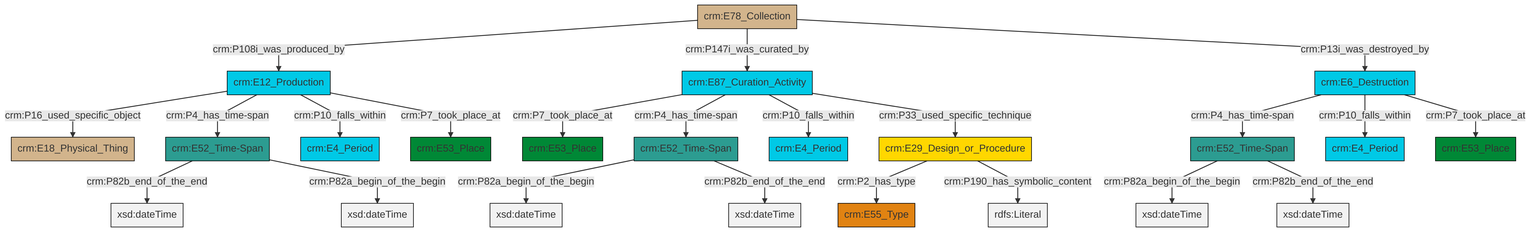
This is et/archivalCSV/ttl/mmd/png/archival_existence.png from swiss-art-research-net/docs.swissartresearch, a Mermaid export, as it was before one commit. Its source is kept beside it as et/archivalCSV/ttl/mmd/archival_existence.ttl.mmd.
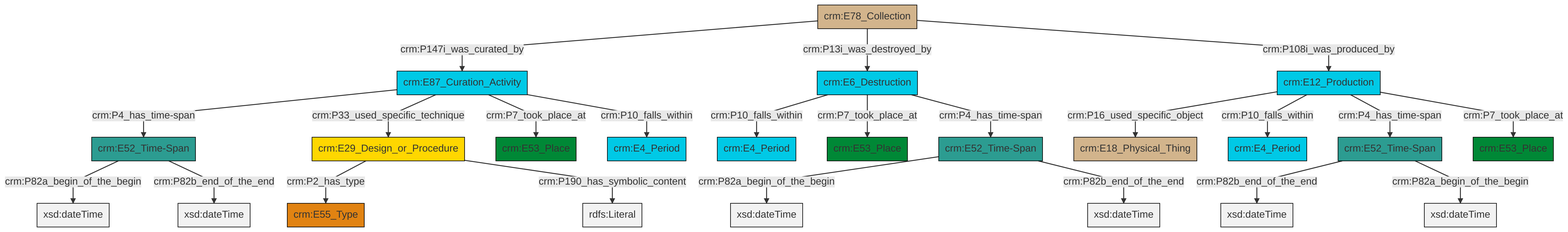
The same file after the commit.

Change to the diagram source:
```diff
@@ -13,25 +13,25 @@
 classDef PC_Classes fill:#4ce600, stroke:#000000;
 classDef Multi fill:#cccccc,stroke:#000000;
 
-0["crm:E87_Curation_Activity"]:::Temporal_Entity -->|crm:P7_took_place_at| 1["crm:E53_Place"]:::Place
-2["crm:E78_Collection"]:::Physical_Thing -->|crm:P108i_was_produced_by| 3["crm:E12_Production"]:::Temporal_Entity
-3["crm:E12_Production"]:::Temporal_Entity -->|crm:P16_used_specific_object| 4["crm:E18_Physical_Thing"]:::Physical_Thing
-3["crm:E12_Production"]:::Temporal_Entity -->|crm:P4_has_time-span| 7["crm:E52_Time-Span"]:::Time-Span
-0["crm:E87_Curation_Activity"]:::Temporal_Entity -->|crm:P4_has_time-span| 8["crm:E52_Time-Span"]:::Time-Span
-5["crm:E6_Destruction"]:::Temporal_Entity -->|crm:P4_has_time-span| 10["crm:E52_Time-Span"]:::Time-Span
-10["crm:E52_Time-Span"]:::Time-Span -->|crm:P82a_begin_of_the_begin| 11[xsd:dateTime]:::Literal
-10["crm:E52_Time-Span"]:::Time-Span -->|crm:P82b_end_of_the_end| 15[xsd:dateTime]:::Literal
-16["crm:E29_Design_or_Procedure"]:::Conceptual_Object -->|crm:P2_has_type| 17["crm:E55_Type"]:::Type
-7["crm:E52_Time-Span"]:::Time-Span -->|crm:P82b_end_of_the_end| 19[xsd:dateTime]:::Literal
-8["crm:E52_Time-Span"]:::Time-Span -->|crm:P82a_begin_of_the_begin| 25[xsd:dateTime]:::Literal
-5["crm:E6_Destruction"]:::Temporal_Entity -->|crm:P10_falls_within| 26["crm:E4_Period"]:::Temporal_Entity
-0["crm:E87_Curation_Activity"]:::Temporal_Entity -->|crm:P10_falls_within| 21["crm:E4_Period"]:::Temporal_Entity
-7["crm:E52_Time-Span"]:::Time-Span -->|crm:P82a_begin_of_the_begin| 27[xsd:dateTime]:::Literal
-8["crm:E52_Time-Span"]:::Time-Span -->|crm:P82b_end_of_the_end| 28[xsd:dateTime]:::Literal
-3["crm:E12_Production"]:::Temporal_Entity -->|crm:P10_falls_within| 29["crm:E4_Period"]:::Temporal_Entity
-5["crm:E6_Destruction"]:::Temporal_Entity -->|crm:P7_took_place_at| 23["crm:E53_Place"]:::Place
-0["crm:E87_Curation_Activity"]:::Temporal_Entity -->|crm:P33_used_specific_technique| 16["crm:E29_Design_or_Procedure"]:::Conceptual_Object
-2["crm:E78_Collection"]:::Physical_Thing -->|crm:P147i_was_curated_by| 0["crm:E87_Curation_Activity"]:::Temporal_Entity
-3["crm:E12_Production"]:::Temporal_Entity -->|crm:P7_took_place_at| 13["crm:E53_Place"]:::Place
-16["crm:E29_Design_or_Procedure"]:::Conceptual_Object -->|crm:P190_has_symbolic_content| 36[rdfs:Literal]:::Literal
-2["crm:E78_Collection"]:::Physical_Thing -->|crm:P13i_was_destroyed_by| 5["crm:E6_Destruction"]:::Temporal_Entity
+0["crm:E52_Time-Span"]:::Time-Span -->|crm:P82a_begin_of_the_begin| 1[xsd:dateTime]:::Literal
+2["crm:E6_Destruction"]:::Temporal_Entity -->|crm:P10_falls_within| 3["crm:E4_Period"]:::Temporal_Entity
+0["crm:E52_Time-Span"]:::Time-Span -->|crm:P82b_end_of_the_end| 4[xsd:dateTime]:::Literal
+5["crm:E12_Production"]:::Temporal_Entity -->|crm:P16_used_specific_object| 6["crm:E18_Physical_Thing"]:::Physical_Thing
+11["crm:E52_Time-Span"]:::Time-Span -->|crm:P82b_end_of_the_end| 12[xsd:dateTime]:::Literal
+2["crm:E6_Destruction"]:::Temporal_Entity -->|crm:P7_took_place_at| 13["crm:E53_Place"]:::Place
+14["crm:E29_Design_or_Procedure"]:::Conceptual_Object -->|crm:P2_has_type| 15["crm:E55_Type"]:::Type
+17["crm:E87_Curation_Activity"]:::Temporal_Entity -->|crm:P4_has_time-span| 0["crm:E52_Time-Span"]:::Time-Span
+5["crm:E12_Production"]:::Temporal_Entity -->|crm:P10_falls_within| 21["crm:E4_Period"]:::Temporal_Entity
+17["crm:E87_Curation_Activity"]:::Temporal_Entity -->|crm:P33_used_specific_technique| 14["crm:E29_Design_or_Procedure"]:::Conceptual_Object
+17["crm:E87_Curation_Activity"]:::Temporal_Entity -->|crm:P7_took_place_at| 24["crm:E53_Place"]:::Place
+2["crm:E6_Destruction"]:::Temporal_Entity -->|crm:P4_has_time-span| 9["crm:E52_Time-Span"]:::Time-Span
+5["crm:E12_Production"]:::Temporal_Entity -->|crm:P4_has_time-span| 11["crm:E52_Time-Span"]:::Time-Span
+28["crm:E78_Collection"]:::Physical_Thing -->|crm:P147i_was_curated_by| 17["crm:E87_Curation_Activity"]:::Temporal_Entity
+28["crm:E78_Collection"]:::Physical_Thing -->|crm:P13i_was_destroyed_by| 2["crm:E6_Destruction"]:::Temporal_Entity
+17["crm:E87_Curation_Activity"]:::Temporal_Entity -->|crm:P10_falls_within| 7["crm:E4_Period"]:::Temporal_Entity
+9["crm:E52_Time-Span"]:::Time-Span -->|crm:P82a_begin_of_the_begin| 30[xsd:dateTime]:::Literal
+28["crm:E78_Collection"]:::Physical_Thing -->|crm:P108i_was_produced_by| 5["crm:E12_Production"]:::Temporal_Entity
+5["crm:E12_Production"]:::Temporal_Entity -->|crm:P7_took_place_at| 31["crm:E53_Place"]:::Place
+9["crm:E52_Time-Span"]:::Time-Span -->|crm:P82b_end_of_the_end| 34[xsd:dateTime]:::Literal
+11["crm:E52_Time-Span"]:::Time-Span -->|crm:P82a_begin_of_the_begin| 37[xsd:dateTime]:::Literal
+14["crm:E29_Design_or_Procedure"]:::Conceptual_Object -->|crm:P190_has_symbolic_content| 38[rdfs:Literal]:::Literal
```
